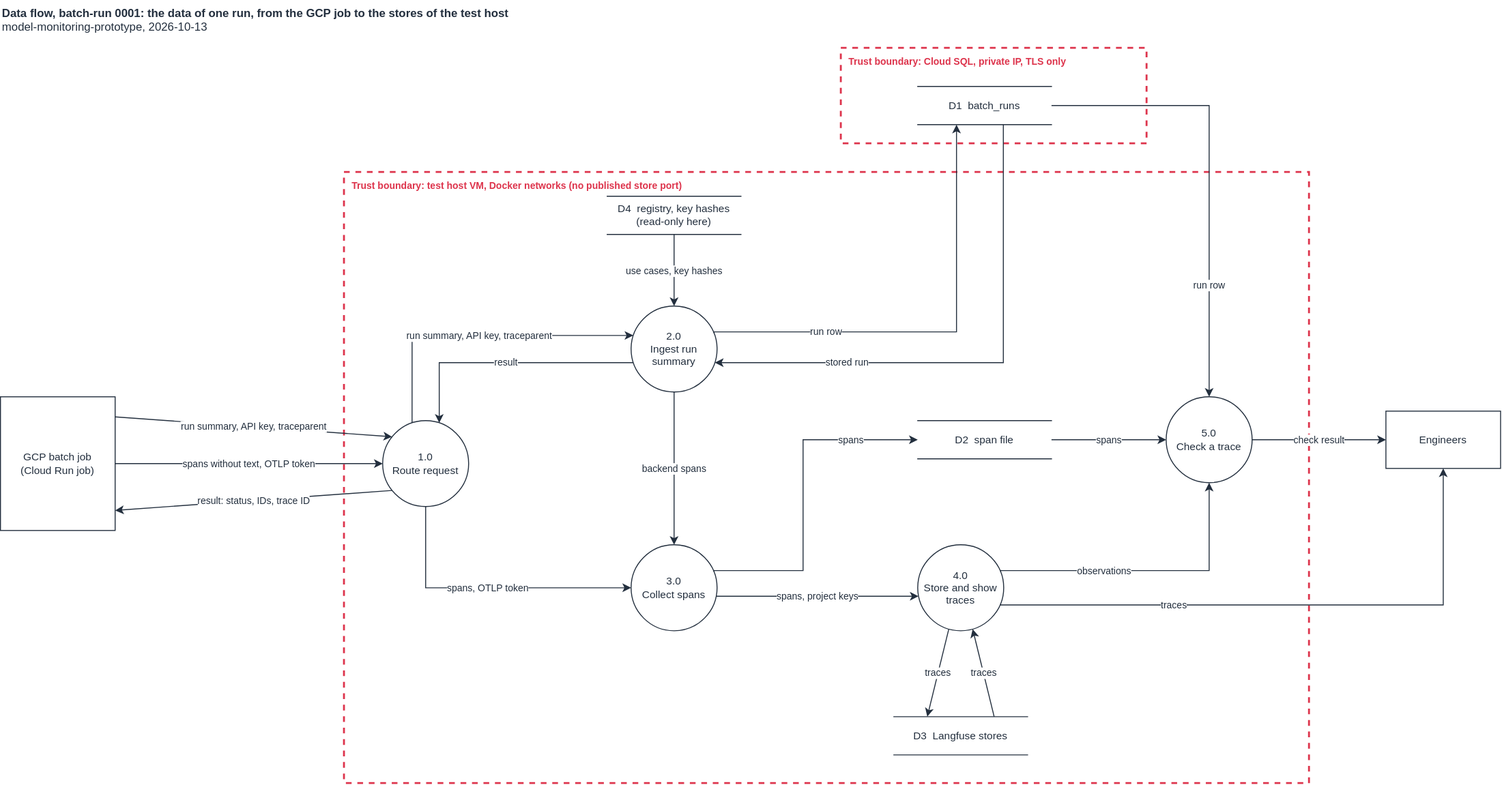
Earlier version of the draw.io export docs/diagram/data-flow/batch-run/0001-run-summary-and-spans.drawio.svg (tkhongsap-io/model-monitoring-prototype). Source tidied: cells renumbered, new cells last; positions are measured from the earlier drawing's top-left corner, leaving out a move shared by most shapes. Its diagram source:
```xml
<mxGraphModel background="#FFFFFF">
  <root>
    <mxCell id="0" />
    <mxCell id="1" parent="0" />
    <mxCell id="2" value="&lt;b&gt;Data flow, batch-run 0001: the data of one run, from the GCP job to the stores of the test host&lt;/b&gt;&lt;br&gt;model-monitoring-prototype, 2026-10-13" style="text;html=1;align=left;verticalAlign=top;fontSize=12;fontColor=#232F3E;" parent="1" vertex="1">
      <mxGeometry width="760" height="40" as="geometry" />
    </mxCell>
    <mxCell id="3" value="Trust boundary: Cloud SQL, private IP, TLS only" style="html=1;fontColor=#DD344C;fontStyle=1;fontSize=10;align=left;verticalAlign=top;spacingLeft=6;spacingTop=2;fillColor=none;dashed=1;strokeWidth=2;strokeColor=#DD344C;rounded=0;" parent="1" vertex="1">
      <mxGeometry x="880" y="50" width="320" height="100" as="geometry" />
    </mxCell>
    <mxCell id="4" value="Trust boundary: test host VM, Docker networks (no published store port)" style="html=1;fontColor=#DD344C;fontStyle=1;fontSize=10;align=left;verticalAlign=top;spacingLeft=6;spacingTop=2;fillColor=none;dashed=1;strokeWidth=2;strokeColor=#DD344C;rounded=0;" parent="1" vertex="1">
      <mxGeometry x="360" y="180" width="1010" height="640" as="geometry" />
    </mxCell>
    <mxCell id="5" value="GCP batch job&lt;br&gt;(Cloud Run job)" style="rounded=0;whiteSpace=wrap;html=1;fontSize=11;strokeColor=#232F3E;fontColor=#232F3E;fillColor=#FFFFFF;" parent="1" vertex="1">
      <mxGeometry y="415" width="120" height="140" as="geometry" />
    </mxCell>
    <mxCell id="6" value="Engineers" style="rounded=0;whiteSpace=wrap;html=1;fontSize=11;strokeColor=#232F3E;fontColor=#232F3E;fillColor=#FFFFFF;" parent="1" vertex="1">
      <mxGeometry x="1450" y="430" width="120" height="60" as="geometry" />
    </mxCell>
    <mxCell id="7" value="1.0&lt;br&gt;Route request" style="ellipse;whiteSpace=wrap;html=1;fontSize=11;strokeColor=#232F3E;fontColor=#232F3E;fillColor=#FFFFFF;" parent="1" vertex="1">
      <mxGeometry x="400" y="440" width="90" height="90" as="geometry" />
    </mxCell>
    <mxCell id="8" value="2.0&lt;br&gt;Ingest run summary" style="ellipse;whiteSpace=wrap;html=1;fontSize=11;strokeColor=#232F3E;fontColor=#232F3E;fillColor=#FFFFFF;" parent="1" vertex="1">
      <mxGeometry x="660" y="320" width="90" height="90" as="geometry" />
    </mxCell>
    <mxCell id="9" value="3.0&lt;br&gt;Collect spans" style="ellipse;whiteSpace=wrap;html=1;fontSize=11;strokeColor=#232F3E;fontColor=#232F3E;fillColor=#FFFFFF;" parent="1" vertex="1">
      <mxGeometry x="660" y="570" width="90" height="90" as="geometry" />
    </mxCell>
    <mxCell id="10" value="4.0&lt;br&gt;Store and show traces" style="ellipse;whiteSpace=wrap;html=1;fontSize=11;strokeColor=#232F3E;fontColor=#232F3E;fillColor=#FFFFFF;" parent="1" vertex="1">
      <mxGeometry x="960" y="570" width="90" height="90" as="geometry" />
    </mxCell>
    <mxCell id="11" value="5.0&lt;br&gt;Check a trace" style="ellipse;whiteSpace=wrap;html=1;fontSize=11;strokeColor=#232F3E;fontColor=#232F3E;fillColor=#FFFFFF;" parent="1" vertex="1">
      <mxGeometry x="1220" y="415" width="90" height="90" as="geometry" />
    </mxCell>
    <mxCell id="12" value="D1&amp;nbsp; batch_runs" style="shape=partialRectangle;whiteSpace=wrap;html=1;left=0;right=0;fontSize=11;strokeColor=#232F3E;fontColor=#232F3E;fillColor=#FFFFFF;" parent="1" vertex="1">
      <mxGeometry x="960" y="90" width="140" height="40" as="geometry" />
    </mxCell>
    <mxCell id="13" value="D2&amp;nbsp; span file" style="shape=partialRectangle;whiteSpace=wrap;html=1;left=0;right=0;fontSize=11;strokeColor=#232F3E;fontColor=#232F3E;fillColor=#FFFFFF;" parent="1" vertex="1">
      <mxGeometry x="960" y="440" width="140" height="40" as="geometry" />
    </mxCell>
    <mxCell id="14" value="D3&amp;nbsp; Langfuse stores" style="shape=partialRectangle;whiteSpace=wrap;html=1;left=0;right=0;fontSize=11;strokeColor=#232F3E;fontColor=#232F3E;fillColor=#FFFFFF;" parent="1" vertex="1">
      <mxGeometry x="935" y="750" width="140" height="40" as="geometry" />
    </mxCell>
    <mxCell id="15" value="D4&amp;nbsp; registry, key hashes&lt;br&gt;(read-only here)" style="shape=partialRectangle;whiteSpace=wrap;html=1;left=0;right=0;fontSize=11;strokeColor=#232F3E;fontColor=#232F3E;fillColor=#FFFFFF;" parent="1" vertex="1">
      <mxGeometry x="635" y="205" width="140" height="40" as="geometry" />
    </mxCell>
    <mxCell id="16" value="run summary, API key, traceparent" style="endArrow=classic;html=1;rounded=0;fontSize=10;strokeColor=#232F3E;fontColor=#232F3E;labelBackgroundColor=#FFFFFF;exitX=1;exitY=0.15;exitDx=0;exitDy=0;entryX=0;entryY=0.1;entryDx=0;entryDy=0;" parent="1" edge="1" source="5" target="7">
      <mxGeometry relative="1" as="geometry" />
    </mxCell>
    <mxCell id="17" value="spans without text, OTLP token" style="endArrow=classic;html=1;rounded=0;fontSize=10;strokeColor=#232F3E;fontColor=#232F3E;labelBackgroundColor=#FFFFFF;exitX=1;exitY=0.5;exitDx=0;exitDy=0;entryX=0;entryY=0.5;entryDx=0;entryDy=0;" parent="1" edge="1" source="5" target="7">
      <mxGeometry relative="1" as="geometry" />
    </mxCell>
    <mxCell id="18" value="result: status, IDs, trace ID" style="endArrow=classic;html=1;rounded=0;fontSize=10;strokeColor=#232F3E;fontColor=#232F3E;labelBackgroundColor=#FFFFFF;exitX=0;exitY=0.9;exitDx=0;exitDy=0;entryX=1;entryY=0.85;entryDx=0;entryDy=0;" parent="1" edge="1" source="7" target="5">
      <mxGeometry relative="1" as="geometry" />
    </mxCell>
    <mxCell id="19" value="run summary, API key, traceparent" style="edgeStyle=orthogonalEdgeStyle;endArrow=classic;html=1;rounded=0;fontSize=10;strokeColor=#232F3E;fontColor=#232F3E;labelBackgroundColor=#FFFFFF;exitX=0.33;exitY=0;exitDx=0;exitDy=0;entryX=0;entryY=0.33;entryDx=0;entryDy=0;" parent="1" edge="1" source="7" target="8">
      <mxGeometry relative="1" as="geometry">
        <Array as="points">
          <mxPoint x="430" y="350" />
        </Array>
      </mxGeometry>
    </mxCell>
    <mxCell id="20" value="result" style="edgeStyle=orthogonalEdgeStyle;endArrow=classic;html=1;rounded=0;fontSize=10;strokeColor=#232F3E;fontColor=#232F3E;labelBackgroundColor=#FFFFFF;exitX=0;exitY=0.67;exitDx=0;exitDy=0;entryX=0.67;entryY=0;entryDx=0;entryDy=0;" parent="1" edge="1" source="8" target="7">
      <mxGeometry relative="1" as="geometry">
        <Array as="points">
          <mxPoint x="460" y="380" />
        </Array>
      </mxGeometry>
    </mxCell>
    <mxCell id="21" value="spans, OTLP token" style="edgeStyle=orthogonalEdgeStyle;endArrow=classic;html=1;rounded=0;fontSize=10;strokeColor=#232F3E;fontColor=#232F3E;labelBackgroundColor=#FFFFFF;exitX=0.5;exitY=1;exitDx=0;exitDy=0;entryX=0;entryY=0.5;entryDx=0;entryDy=0;" parent="1" edge="1" source="7" target="9">
      <mxGeometry relative="1" as="geometry">
        <Array as="points">
          <mxPoint x="445" y="615" />
        </Array>
      </mxGeometry>
    </mxCell>
    <mxCell id="22" value="use cases, key hashes" style="endArrow=classic;html=1;rounded=0;fontSize=10;strokeColor=#232F3E;fontColor=#232F3E;labelBackgroundColor=#FFFFFF;exitX=0.5;exitY=1;exitDx=0;exitDy=0;entryX=0.5;entryY=0;entryDx=0;entryDy=0;" parent="1" edge="1" source="15" target="8">
      <mxGeometry relative="1" as="geometry" />
    </mxCell>
    <mxCell id="23" value="backend spans" style="endArrow=classic;html=1;rounded=0;fontSize=10;strokeColor=#232F3E;fontColor=#232F3E;labelBackgroundColor=#FFFFFF;exitX=0.5;exitY=1;exitDx=0;exitDy=0;entryX=0.5;entryY=0;entryDx=0;entryDy=0;" parent="1" edge="1" source="8" target="9">
      <mxGeometry relative="1" as="geometry" />
    </mxCell>
    <mxCell id="24" value="run row" style="edgeStyle=orthogonalEdgeStyle;endArrow=classic;html=1;rounded=0;fontSize=10;strokeColor=#232F3E;fontColor=#232F3E;labelBackgroundColor=#FFFFFF;exitX=1;exitY=0.3;exitDx=0;exitDy=0;entryX=0.29;entryY=1;entryDx=0;entryDy=0;" parent="1" edge="1" source="8" target="12">
      <mxGeometry x="-0.5" relative="1" as="geometry">
        <Array as="points">
          <mxPoint x="1000" y="347" />
        </Array>
      </mxGeometry>
    </mxCell>
    <mxCell id="25" value="stored run" style="edgeStyle=orthogonalEdgeStyle;endArrow=classic;html=1;rounded=0;fontSize=10;strokeColor=#232F3E;fontColor=#232F3E;labelBackgroundColor=#FFFFFF;exitX=0.64;exitY=1;exitDx=0;exitDy=0;entryX=1;entryY=0.67;entryDx=0;entryDy=0;" parent="1" edge="1" source="12" target="8">
      <mxGeometry x="0.5" relative="1" as="geometry">
        <Array as="points">
          <mxPoint x="1050" y="380" />
        </Array>
      </mxGeometry>
    </mxCell>
    <mxCell id="26" value="spans" style="edgeStyle=orthogonalEdgeStyle;endArrow=classic;html=1;rounded=0;fontSize=10;strokeColor=#232F3E;fontColor=#232F3E;labelBackgroundColor=#FFFFFF;exitX=1;exitY=0.3;exitDx=0;exitDy=0;entryX=0;entryY=0.5;entryDx=0;entryDy=0;" parent="1" edge="1" source="9" target="13">
      <mxGeometry x="0.6" relative="1" as="geometry">
        <Array as="points">
          <mxPoint x="840" y="597" />
          <mxPoint x="840" y="460" />
        </Array>
      </mxGeometry>
    </mxCell>
    <mxCell id="27" value="spans, project keys" style="endArrow=classic;html=1;rounded=0;fontSize=10;strokeColor=#232F3E;fontColor=#232F3E;labelBackgroundColor=#FFFFFF;exitX=1;exitY=0.6;exitDx=0;exitDy=0;entryX=0;entryY=0.6;entryDx=0;entryDy=0;" parent="1" edge="1" source="9" target="10">
      <mxGeometry relative="1" as="geometry" />
    </mxCell>
    <mxCell id="28" value="traces" style="endArrow=classic;html=1;rounded=0;fontSize=10;strokeColor=#232F3E;fontColor=#232F3E;labelBackgroundColor=#FFFFFF;exitX=0.35;exitY=1;exitDx=0;exitDy=0;entryX=0.25;entryY=0;entryDx=0;entryDy=0;" parent="1" edge="1" source="10" target="14">
      <mxGeometry relative="1" as="geometry" />
    </mxCell>
    <mxCell id="29" value="traces" style="endArrow=classic;html=1;rounded=0;fontSize=10;strokeColor=#232F3E;fontColor=#232F3E;labelBackgroundColor=#FFFFFF;exitX=0.75;exitY=0;exitDx=0;exitDy=0;entryX=0.65;entryY=1;entryDx=0;entryDy=0;" parent="1" edge="1" source="14" target="10">
      <mxGeometry relative="1" as="geometry" />
    </mxCell>
    <mxCell id="30" value="observations" style="edgeStyle=orthogonalEdgeStyle;endArrow=classic;html=1;rounded=0;fontSize=10;strokeColor=#232F3E;fontColor=#232F3E;labelBackgroundColor=#FFFFFF;exitX=1;exitY=0.3;exitDx=0;exitDy=0;entryX=0.5;entryY=1;entryDx=0;entryDy=0;" parent="1" edge="1" source="10" target="11">
      <mxGeometry x="-0.3" relative="1" as="geometry">
        <Array as="points">
          <mxPoint x="1265" y="597" />
        </Array>
      </mxGeometry>
    </mxCell>
    <mxCell id="31" value="traces" style="edgeStyle=orthogonalEdgeStyle;endArrow=classic;html=1;rounded=0;fontSize=10;strokeColor=#232F3E;fontColor=#232F3E;labelBackgroundColor=#FFFFFF;exitX=1;exitY=0.7;exitDx=0;exitDy=0;entryX=0.5;entryY=1;entryDx=0;entryDy=0;" parent="1" edge="1" source="10" target="6">
      <mxGeometry x="-0.4" relative="1" as="geometry">
        <Array as="points">
          <mxPoint x="1510" y="633" />
        </Array>
      </mxGeometry>
    </mxCell>
    <mxCell id="32" value="run row" style="edgeStyle=orthogonalEdgeStyle;endArrow=classic;html=1;rounded=0;fontSize=10;strokeColor=#232F3E;fontColor=#232F3E;labelBackgroundColor=#FFFFFF;exitX=1;exitY=0.5;exitDx=0;exitDy=0;entryX=0.5;entryY=0;entryDx=0;entryDy=0;" parent="1" edge="1" source="12" target="11">
      <mxGeometry x="0.5" relative="1" as="geometry">
        <Array as="points">
          <mxPoint x="1265" y="110" />
        </Array>
      </mxGeometry>
    </mxCell>
    <mxCell id="33" value="spans" style="endArrow=classic;html=1;rounded=0;fontSize=10;strokeColor=#232F3E;fontColor=#232F3E;labelBackgroundColor=#FFFFFF;exitX=1;exitY=0.5;exitDx=0;exitDy=0;entryX=0;entryY=0.5;entryDx=0;entryDy=0;" parent="1" edge="1" source="13" target="11">
      <mxGeometry relative="1" as="geometry" />
    </mxCell>
    <mxCell id="34" value="check result" style="endArrow=classic;html=1;rounded=0;fontSize=10;strokeColor=#232F3E;fontColor=#232F3E;labelBackgroundColor=#FFFFFF;exitX=1;exitY=0.5;exitDx=0;exitDy=0;entryX=0;entryY=0.5;entryDx=0;entryDy=0;" parent="1" edge="1" source="11" target="6">
      <mxGeometry relative="1" as="geometry" />
    </mxCell>
  </root>
</mxGraphModel>
```
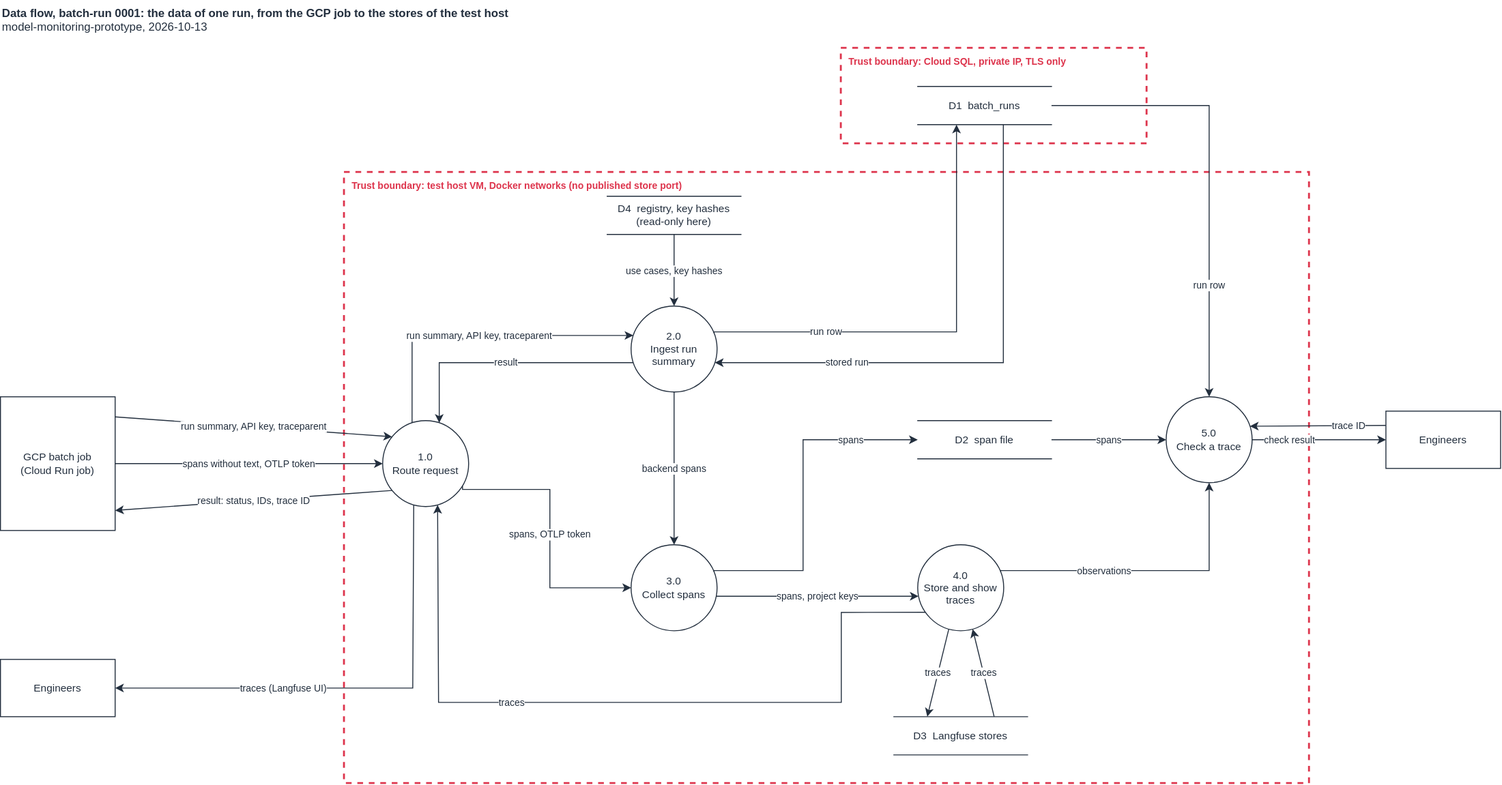
Later version of the same file.

Change to the diagram source:
```diff
@@ -17,6 +17,9 @@
     <mxCell id="6" value="Engineers" style="rounded=0;whiteSpace=wrap;html=1;fontSize=11;strokeColor=#232F3E;fontColor=#232F3E;fillColor=#FFFFFF;" parent="1" vertex="1">
       <mxGeometry x="1450" y="430" width="120" height="60" as="geometry" />
     </mxCell>
+    <mxCell id="35" value="Engineers" style="rounded=0;whiteSpace=wrap;html=1;fontSize=11;strokeColor=#232F3E;fontColor=#232F3E;fillColor=#FFFFFF;" parent="1" vertex="1">
+      <mxGeometry y="690" width="120" height="60" as="geometry" />
+    </mxCell>
     <mxCell id="7" value="1.0&lt;br&gt;Route request" style="ellipse;whiteSpace=wrap;html=1;fontSize=11;strokeColor=#232F3E;fontColor=#232F3E;fillColor=#FFFFFF;" parent="1" vertex="1">
       <mxGeometry x="400" y="440" width="90" height="90" as="geometry" />
     </mxCell>
@@ -67,10 +70,11 @@
         </Array>
       </mxGeometry>
     </mxCell>
-    <mxCell id="21" value="spans, OTLP token" style="edgeStyle=orthogonalEdgeStyle;endArrow=classic;html=1;rounded=0;fontSize=10;strokeColor=#232F3E;fontColor=#232F3E;labelBackgroundColor=#FFFFFF;exitX=0.5;exitY=1;exitDx=0;exitDy=0;entryX=0;entryY=0.5;entryDx=0;entryDy=0;" parent="1" edge="1" source="7" target="9">
+    <mxCell id="21" value="spans, OTLP token" style="edgeStyle=orthogonalEdgeStyle;endArrow=classic;html=1;rounded=0;fontSize=10;strokeColor=#232F3E;fontColor=#232F3E;labelBackgroundColor=#FFFFFF;exitX=1;exitY=0.8;exitDx=0;exitDy=0;entryX=0;entryY=0.5;entryDx=0;entryDy=0;" parent="1" edge="1" source="7" target="9">
       <mxGeometry relative="1" as="geometry">
         <Array as="points">
-          <mxPoint x="445" y="615" />
+          <mxPoint x="575" y="512" />
+          <mxPoint x="575" y="615" />
         </Array>
       </mxGeometry>
     </mxCell>
@@ -118,13 +122,6 @@
         </Array>
       </mxGeometry>
     </mxCell>
-    <mxCell id="31" value="traces" style="edgeStyle=orthogonalEdgeStyle;endArrow=classic;html=1;rounded=0;fontSize=10;strokeColor=#232F3E;fontColor=#232F3E;labelBackgroundColor=#FFFFFF;exitX=1;exitY=0.7;exitDx=0;exitDy=0;entryX=0.5;entryY=1;entryDx=0;entryDy=0;" parent="1" edge="1" source="10" target="6">
-      <mxGeometry x="-0.4" relative="1" as="geometry">
-        <Array as="points">
-          <mxPoint x="1510" y="633" />
-        </Array>
-      </mxGeometry>
-    </mxCell>
     <mxCell id="32" value="run row" style="edgeStyle=orthogonalEdgeStyle;endArrow=classic;html=1;rounded=0;fontSize=10;strokeColor=#232F3E;fontColor=#232F3E;labelBackgroundColor=#FFFFFF;exitX=1;exitY=0.5;exitDx=0;exitDy=0;entryX=0.5;entryY=0;entryDx=0;entryDy=0;" parent="1" edge="1" source="12" target="11">
       <mxGeometry x="0.5" relative="1" as="geometry">
         <Array as="points">
@@ -136,7 +133,26 @@
       <mxGeometry relative="1" as="geometry" />
     </mxCell>
     <mxCell id="34" value="check result" style="endArrow=classic;html=1;rounded=0;fontSize=10;strokeColor=#232F3E;fontColor=#232F3E;labelBackgroundColor=#FFFFFF;exitX=1;exitY=0.5;exitDx=0;exitDy=0;entryX=0;entryY=0.5;entryDx=0;entryDy=0;" parent="1" edge="1" source="11" target="6">
-      <mxGeometry relative="1" as="geometry" />
+      <mxGeometry x="-0.45" relative="1" as="geometry" />
     </mxCell>
+    <mxCell id="31" value="traces" style="endArrow=classic;html=1;rounded=0;fontSize=10;strokeColor=#232F3E;fontColor=#232F3E;labelBackgroundColor=#FFFFFF;exitX=0.09;exitY=0.787;exitDx=0;exitDy=0;entryX=0.65;entryY=1;entryDx=0;entryDy=0;" parent="1" edge="1" source="10" target="7">
+      <mxGeometry x="0.3" relative="1" as="geometry">
+        <Array as="points">
+          <mxPoint x="880" y="640.8" />
+          <mxPoint x="880" y="735" />
+          <mxPoint x="458.5" y="735" />
+        </Array>
+      </mxGeometry>
+    </mxCell>
+    <mxCell id="36" value="traces (Langfuse UI)" style="endArrow=classic;html=1;rounded=0;fontSize=10;strokeColor=#232F3E;fontColor=#232F3E;labelBackgroundColor=#FFFFFF;exitX=0.35;exitY=1;exitDx=0;exitDy=0;entryX=1;entryY=0.5;entryDx=0;entryDy=0;" parent="1" edge="1" source="7" target="35">
+      <mxGeometry x="0.3" relative="1" as="geometry">
+        <Array as="points">
+          <mxPoint x="431.5" y="720" />
+        </Array>
+      </mxGeometry>
+    </mxCell>
+    <mxCell id="37" value="trace ID" style="endArrow=classic;html=1;rounded=0;fontSize=10;strokeColor=#232F3E;fontColor=#232F3E;labelBackgroundColor=#FFFFFF;exitX=0;exitY=0.25;exitDx=0;exitDy=0;entryX=1;entryY=0.33;entryDx=0;entryDy=0;" parent="1" edge="1" source="6" target="11">
+      <mxGeometry x="-0.45" relative="1" as="geometry" />
+    </mxCell>
   </root>
 </mxGraphModel>
```
